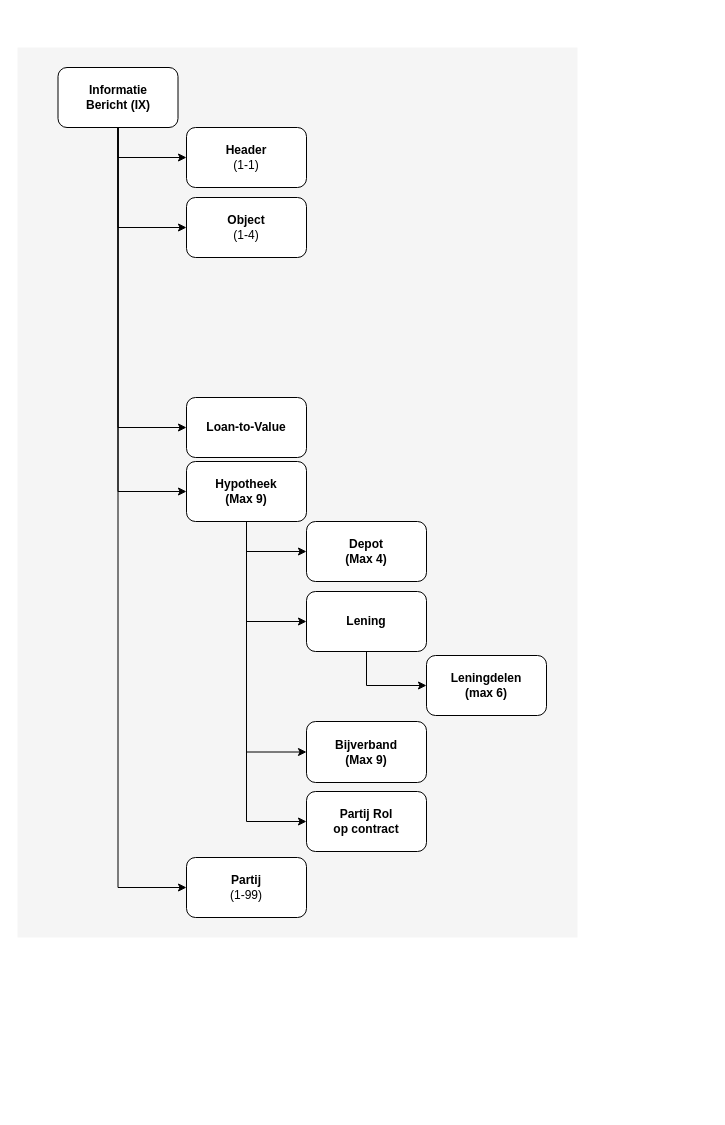
Earlier version of the draw.io diagram page "Voorstel" (5 of 20) of 3rdPartyDatasharing-HDN-IA-IX.drawio (luchthandel/diagrams). Source tidied: cells renumbered, new cells numbered last; positions are measured from the earlier drawing's top-left corner, leaving out a move shared by most shapes. Both pictures are drawn from the tidied source at 100%, with x=0, y=0 at pixel (17, 47).
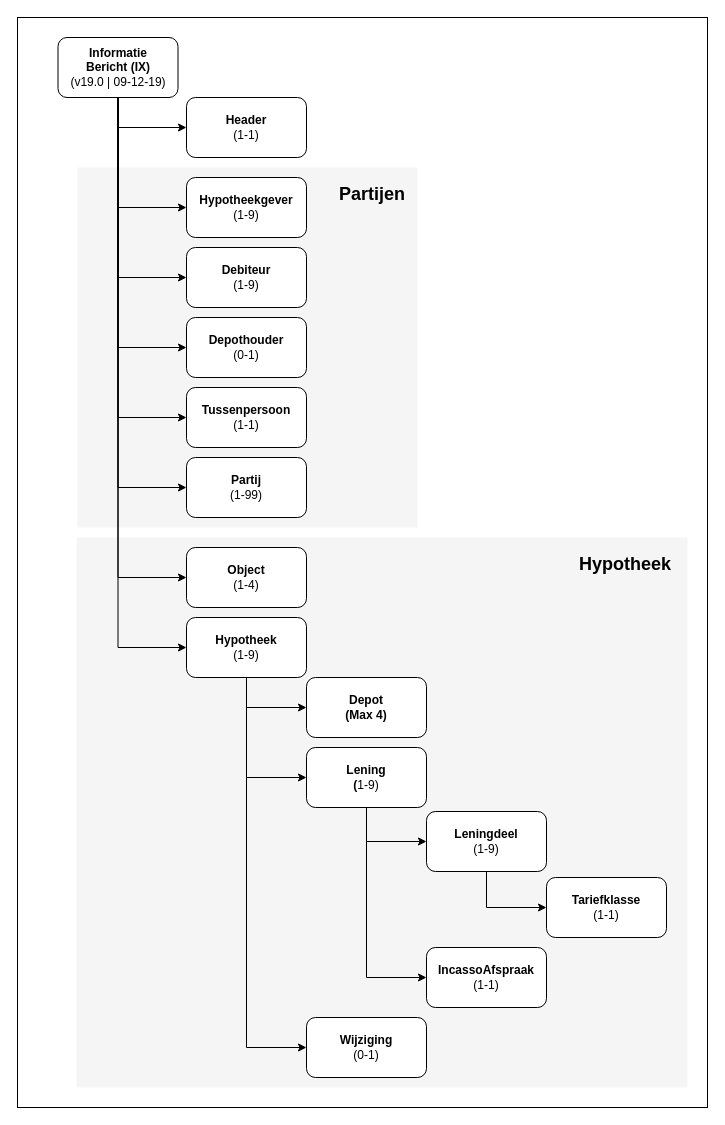
The same page after the edit.

The edit, as a diff of the source:
```diff
@@
-    <mxCell id="2" style="rounded=0;whiteSpace=wrap;html=1;fontSize=30;align=right;fillColor=#f5f5f5;strokeColor=none;fontColor=#333333;" parent="1" vertex="1">
-      <mxGeometry width="560" height="890" as="geometry" />
+    <mxCell id="2" style="rounded=0;whiteSpace=wrap;html=1;fontSize=30;align=right;" parent="1" vertex="1">
+      <mxGeometry y="-30" width="690" height="1090" as="geometry" />
     </mxCell>
+    <mxCell id="24" style="rounded=0;whiteSpace=wrap;html=1;fontSize=30;align=right;fillColor=#f5f5f5;strokeColor=none;fontColor=#333333;" parent="1" vertex="1">
+      <mxGeometry x="59" y="490" width="611" height="550" as="geometry" />
+    </mxCell>
+    <mxCell id="25" style="rounded=0;whiteSpace=wrap;html=1;fontSize=30;align=right;fillColor=#f5f5f5;strokeColor=none;fontColor=#333333;" parent="1" vertex="1">
+      <mxGeometry x="60" y="120" width="340" height="360" as="geometry" />
+    </mxCell>
@@
-    <mxCell id="5" style="edgeStyle=orthogonalEdgeStyle;rounded=0;jettySize=auto;html=1;exitX=0.5;exitY=1;exitDx=0;exitDy=0;entryX=0;entryY=0.5;entryDx=0;entryDy=0;" parent="1" edge="1" source="7" target="19">
-      <mxGeometry relative="1" as="geometry" />
-    </mxCell>
-    <mxCell id="6" style="edgeStyle=orthogonalEdgeStyle;rounded=0;jettySize=auto;html=1;exitX=0.5;exitY=1;exitDx=0;exitDy=0;entryX=0;entryY=0.5;entryDx=0;entryDy=0;" parent="1" edge="1" source="7" target="21">
-      <mxGeometry relative="1" as="geometry" />
-    </mxCell>
+    <mxCell id="26" style="edgeStyle=orthogonalEdgeStyle;rounded=0;jettySize=auto;html=1;exitX=0.5;exitY=1;exitDx=0;exitDy=0;entryX=0;entryY=0.5;entryDx=0;entryDy=0;" parent="1" edge="1" source="7" target="38">
+      <mxGeometry relative="1" as="geometry" />
+    </mxCell>
-    <mxCell id="7" value="Hypotheek&lt;br&gt;(Max 9)" style="rounded=1;whiteSpace=wrap;html=1;fontStyle=1;" parent="1" vertex="1">
-      <mxGeometry x="169" y="414" width="120" height="60" as="geometry" />
+    <mxCell id="7" value="Hypotheek&lt;br&gt;&lt;span style=&quot;font-weight: normal&quot;&gt;(1-9)&lt;/span&gt;" style="rounded=1;whiteSpace=wrap;html=1;fontStyle=1;" parent="1" vertex="1">
+      <mxGeometry x="169" y="570" width="120" height="60" as="geometry" />
     </mxCell>
     <mxCell id="8" style="edgeStyle=orthogonalEdgeStyle;rounded=0;jettySize=auto;html=1;exitX=0.5;exitY=1;exitDx=0;exitDy=0;" parent="1" edge="1" source="12">
       <mxGeometry relative="1" as="geometry">
-        <mxPoint x="169" y="180" as="targetPoint" />
+        <mxPoint x="169" y="160" as="targetPoint" />
         <Array as="points">
-          <mxPoint x="101" y="180" />
+          <mxPoint x="101" y="160" />
         </Array>
       </mxGeometry>
     </mxCell>
@@
-    <mxCell id="11" style="edgeStyle=orthogonalEdgeStyle;rounded=0;jettySize=auto;html=1;exitX=0.5;exitY=1;exitDx=0;exitDy=0;entryX=0;entryY=0.5;entryDx=0;entryDy=0;" parent="1" edge="1" source="12" target="15">
-      <mxGeometry relative="1" as="geometry" />
-    </mxCell>
+    <mxCell id="27" style="edgeStyle=orthogonalEdgeStyle;rounded=0;jettySize=auto;html=1;exitX=0.5;exitY=1;exitDx=0;exitDy=0;entryX=0;entryY=0.5;entryDx=0;entryDy=0;" parent="1" edge="1" source="12" target="34">
+      <mxGeometry relative="1" as="geometry" />
+    </mxCell>
+    <mxCell id="28" style="edgeStyle=orthogonalEdgeStyle;rounded=0;jettySize=auto;html=1;exitX=0.5;exitY=1;exitDx=0;exitDy=0;entryX=0;entryY=0.5;entryDx=0;entryDy=0;" parent="1" edge="1" source="12" target="35">
+      <mxGeometry relative="1" as="geometry" />
+    </mxCell>
+    <mxCell id="29" style="edgeStyle=orthogonalEdgeStyle;rounded=0;jettySize=auto;html=1;exitX=0.5;exitY=1;exitDx=0;exitDy=0;entryX=0;entryY=0.5;entryDx=0;entryDy=0;" parent="1" edge="1" source="12" target="36">
+      <mxGeometry relative="1" as="geometry" />
+    </mxCell>
+    <mxCell id="30" style="edgeStyle=orthogonalEdgeStyle;rounded=0;jettySize=auto;html=1;exitX=0.5;exitY=1;exitDx=0;exitDy=0;entryX=0;entryY=0.5;entryDx=0;entryDy=0;" parent="1" edge="1" source="12" target="23">
+      <mxGeometry relative="1" as="geometry" />
+    </mxCell>
-    <mxCell id="12" value="Informatie&lt;br&gt;Bericht (IX)" style="rounded=1;whiteSpace=wrap;html=1;fontStyle=1;" parent="1" vertex="1">
-      <mxGeometry x="40.5" y="20" width="120" height="60" as="geometry" />
+    <mxCell id="12" value="Informatie&lt;br&gt;Bericht (IX)&lt;br&gt;&lt;span style=&quot;font-weight: normal&quot;&gt;(v19.0 | 09-12-19)&lt;/span&gt;" style="rounded=1;whiteSpace=wrap;html=1;fontStyle=1;" parent="1" vertex="1">
+      <mxGeometry x="40.5" y="-10" width="120" height="60" as="geometry" />
     </mxCell>
@@
     <mxCell id="14" value="Header&lt;br&gt;&lt;span style=&quot;font-weight: 400&quot;&gt;(1-1)&lt;/span&gt;" style="rounded=1;whiteSpace=wrap;html=1;fontStyle=1;" parent="1" vertex="1">
-      <mxGeometry x="169" y="80" width="120" height="60" as="geometry" />
+      <mxGeometry x="169" y="50" width="120" height="60" as="geometry" />
     </mxCell>
-    <mxCell id="15" value="&lt;b&gt;Loan-to-Value&lt;br&gt;&lt;/b&gt;" style="rounded=1;whiteSpace=wrap;html=1;" parent="1" vertex="1">
-      <mxGeometry x="169" y="350" width="120" height="60" as="geometry" />
+    <mxCell id="15" value="&lt;b&gt;Tariefklasse&lt;/b&gt;&lt;br&gt;(1-1)" style="rounded=1;whiteSpace=wrap;html=1;" parent="1" vertex="1">
+      <mxGeometry x="529" y="830" width="120" height="60" as="geometry" />
     </mxCell>
     <mxCell id="16" value="Partij&lt;br&gt;&lt;span style=&quot;font-weight: normal&quot;&gt;(1-99)&lt;/span&gt;" style="rounded=1;whiteSpace=wrap;html=1;fontStyle=1;" parent="1" vertex="1">
-      <mxGeometry x="169" y="810" width="120" height="60" as="geometry" />
+      <mxGeometry x="169" y="410" width="120" height="60" as="geometry" />
     </mxCell>
@@
+    <mxCell id="31" style="edgeStyle=orthogonalEdgeStyle;rounded=0;jettySize=auto;html=1;exitX=0.5;exitY=1;exitDx=0;exitDy=0;entryX=0;entryY=0.5;entryDx=0;entryDy=0;" parent="1" edge="1" source="18" target="37">
+      <mxGeometry relative="1" as="geometry" />
+    </mxCell>
-    <mxCell id="18" value="&lt;b&gt;Lening&lt;br&gt;&lt;/b&gt;" style="rounded=1;whiteSpace=wrap;html=1;" parent="1" vertex="1">
-      <mxGeometry x="289" y="544" width="120" height="60" as="geometry" />
+    <mxCell id="18" value="&lt;b&gt;Lening&lt;br&gt;(&lt;/b&gt;1-9)" style="rounded=1;whiteSpace=wrap;html=1;" parent="1" vertex="1">
+      <mxGeometry x="289" y="700" width="120" height="60" as="geometry" />
     </mxCell>
-    <mxCell id="19" value="&lt;b&gt;Bijverband&lt;br&gt;(Max 9)&lt;br&gt;&lt;/b&gt;" style="rounded=1;whiteSpace=wrap;html=1;" parent="1" vertex="1">
-      <mxGeometry x="289" y="674" width="120" height="61" as="geometry" />
-    </mxCell>
     <mxCell id="20" value="&lt;b&gt;Depot&lt;br&gt;(Max 4)&lt;/b&gt;&lt;b&gt;&lt;br&gt;&lt;/b&gt;" style="rounded=1;whiteSpace=wrap;html=1;" parent="1" vertex="1">
-      <mxGeometry x="289" y="474" width="120" height="60" as="geometry" />
+      <mxGeometry x="289" y="630" width="120" height="60" as="geometry" />
     </mxCell>
-    <mxCell id="21" value="&lt;b&gt;Partij Rol&lt;br&gt;op contract&lt;br&gt;&lt;/b&gt;" style="rounded=1;whiteSpace=wrap;html=1;" parent="1" vertex="1">
-      <mxGeometry x="289" y="744" width="120" height="60" as="geometry" />
-    </mxCell>
+    <mxCell id="32" style="edgeStyle=orthogonalEdgeStyle;rounded=0;jettySize=auto;html=1;exitX=0.5;exitY=1;exitDx=0;exitDy=0;entryX=0;entryY=0.5;entryDx=0;entryDy=0;" parent="1" edge="1" source="22" target="15">
+      <mxGeometry relative="1" as="geometry" />
+    </mxCell>
-    <mxCell id="22" value="&lt;b&gt;Leningdelen&lt;br&gt;(max 6)&lt;br&gt;&lt;/b&gt;" style="rounded=1;whiteSpace=wrap;html=1;" parent="1" vertex="1">
-      <mxGeometry x="409" y="608" width="120" height="60" as="geometry" />
+    <mxCell id="22" value="&lt;b&gt;Leningdeel&lt;/b&gt;&lt;br&gt;(1-9)" style="rounded=1;whiteSpace=wrap;html=1;" parent="1" vertex="1">
+      <mxGeometry x="409" y="764" width="120" height="60" as="geometry" />
     </mxCell>
     <mxCell id="23" value="&lt;b&gt;Object&lt;br&gt;&lt;/b&gt;(1-4)&lt;b&gt;&lt;br&gt;&lt;/b&gt;" style="rounded=1;whiteSpace=wrap;html=1;" parent="1" vertex="1">
-      <mxGeometry x="169" y="150" width="120" height="60" as="geometry" />
+      <mxGeometry x="169" y="500" width="120" height="60" as="geometry" />
     </mxCell>
+    <mxCell id="33" value="&lt;b&gt;Hypotheekgever&lt;br&gt;&lt;/b&gt;(1-9)&lt;b&gt;&lt;br&gt;&lt;/b&gt;" style="rounded=1;whiteSpace=wrap;html=1;" parent="1" vertex="1">
+      <mxGeometry x="169" y="130" width="120" height="60" as="geometry" />
+    </mxCell>
+    <mxCell id="34" value="&lt;b&gt;Debiteur&lt;br&gt;&lt;/b&gt;(1-9)&lt;b&gt;&lt;br&gt;&lt;/b&gt;" style="rounded=1;whiteSpace=wrap;html=1;" parent="1" vertex="1">
+      <mxGeometry x="169" y="200" width="120" height="60" as="geometry" />
+    </mxCell>
+    <mxCell id="35" value="&lt;b&gt;Depothouder&lt;br&gt;&lt;/b&gt;(0-1)&lt;b&gt;&lt;br&gt;&lt;/b&gt;" style="rounded=1;whiteSpace=wrap;html=1;" parent="1" vertex="1">
+      <mxGeometry x="169" y="270" width="120" height="60" as="geometry" />
+    </mxCell>
+    <mxCell id="36" value="&lt;b&gt;Tussenpersoon&lt;br&gt;&lt;/b&gt;(1-1)&lt;b&gt;&lt;br&gt;&lt;/b&gt;" style="rounded=1;whiteSpace=wrap;html=1;" parent="1" vertex="1">
+      <mxGeometry x="169" y="340" width="120" height="60" as="geometry" />
+    </mxCell>
+    <mxCell id="37" value="&lt;b&gt;IncassoAfspraak&lt;/b&gt;&lt;br&gt;(1-1)" style="rounded=1;whiteSpace=wrap;html=1;" parent="1" vertex="1">
+      <mxGeometry x="409" y="900" width="120" height="60" as="geometry" />
+    </mxCell>
+    <mxCell id="38" value="&lt;b&gt;Wijziging&lt;br&gt;&lt;/b&gt;(0-1)" style="rounded=1;whiteSpace=wrap;html=1;" parent="1" vertex="1">
+      <mxGeometry x="289" y="970" width="120" height="60" as="geometry" />
+    </mxCell>
+    <mxCell id="39" value="&lt;font style=&quot;font-size: 18px&quot;&gt;&lt;b&gt;Partijen&lt;/b&gt;&lt;/font&gt;" style="text;html=1;" parent="1" vertex="1">
+      <mxGeometry x="320" y="130" width="50" height="30" as="geometry" />
+    </mxCell>
+    <mxCell id="40" value="&lt;font style=&quot;font-size: 18px&quot;&gt;&lt;b&gt;Hypotheek&lt;/b&gt;&lt;/font&gt;" style="text;html=1;" parent="1" vertex="1">
+      <mxGeometry x="560" y="500" width="70" height="30" as="geometry" />
+    </mxCell>
```
